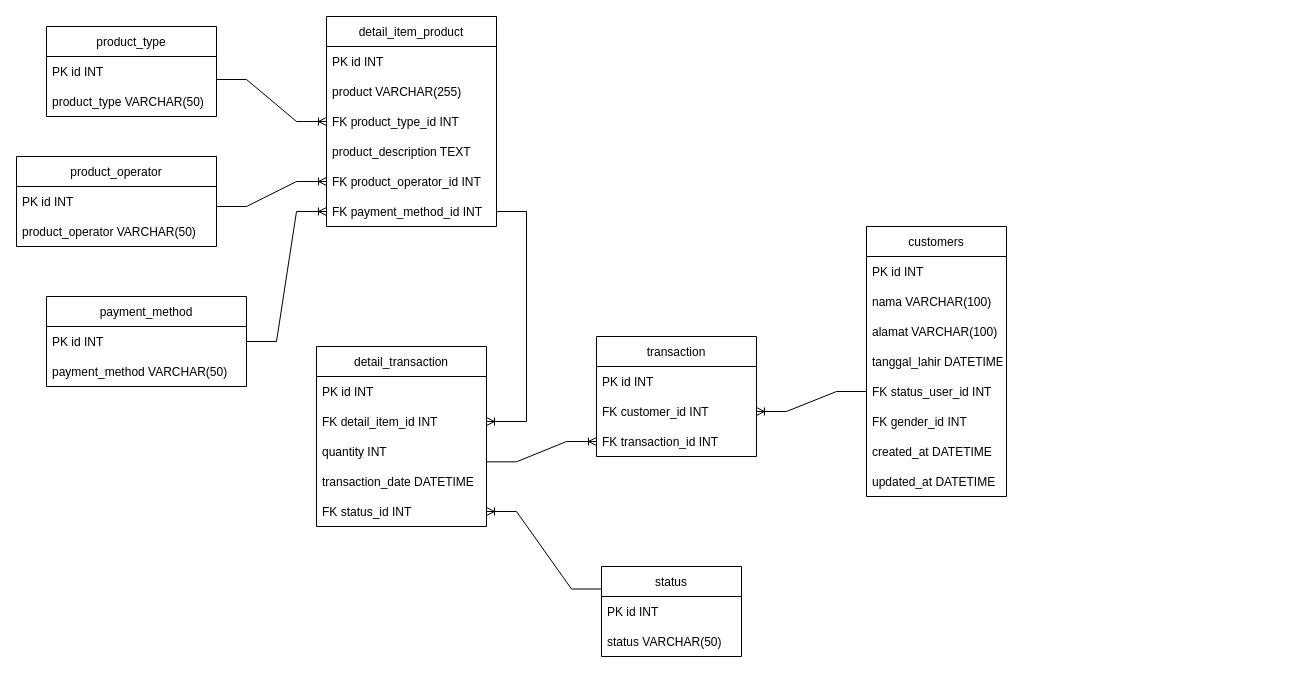
The draw.io diagram problem_1/Untitled Diagram.drawio in Yoga3911/digital_outlet_pulsa, before the edit. Source tidied: cells renumbered, new cells numbered last; positions are measured from the earlier drawing's top-left corner, leaving out a move shared by most shapes. Both pictures are drawn from the tidied source at 100%, with x=0, y=0 at pixel (16, 16).
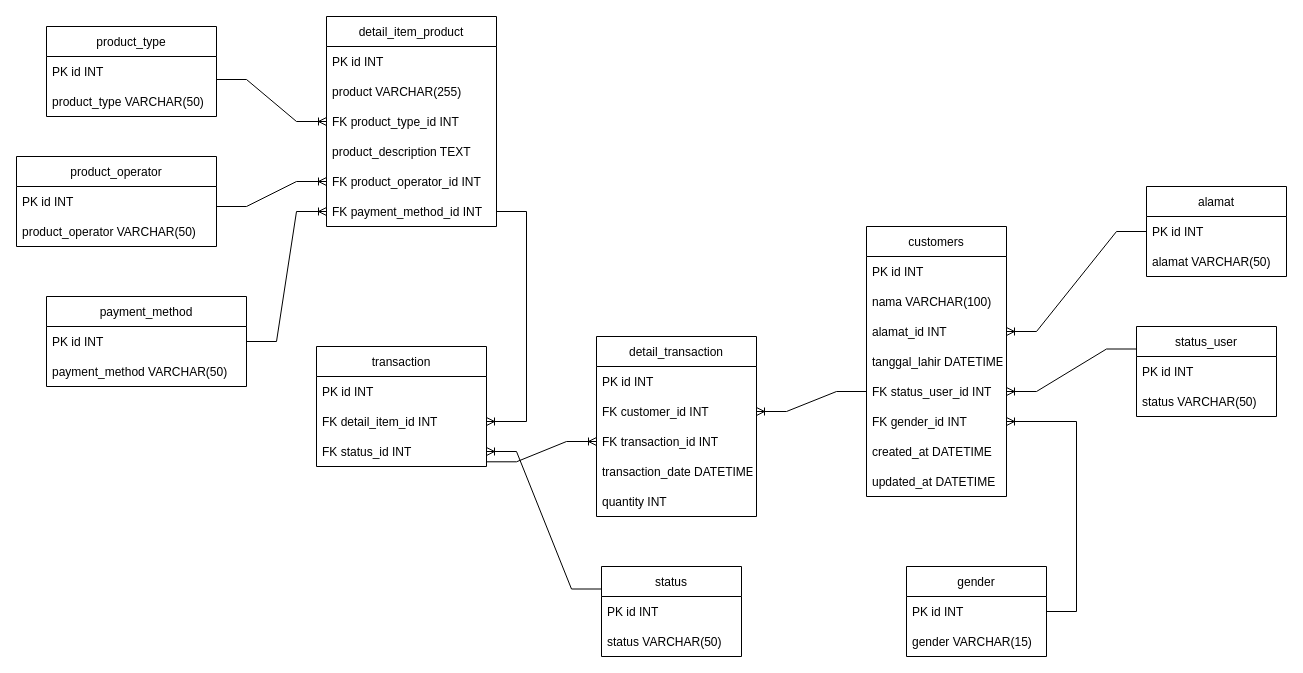
The same page after the edit.

Unchanged cells that the change refers to:
```xml
<mxCell id="9" value="customers" style="swimlane;fontStyle=0;horizontal=1;startSize=30;" parent="1" vertex="1">
  <mxGeometry x="850" y="210" width="140" height="270" as="geometry" />
</mxCell>
<mxCell id="14" value="FK status_user_id INT" style="text;strokeColor=none;fillColor=none;align=left;verticalAlign=middle;spacingLeft=4;spacingRight=4;overflow=hidden;points=[[0,0.5],[1,0.5]];portConstraint=eastwest;" parent="9" vertex="1">
  <mxGeometry y="150" width="140" height="30" as="geometry" />
</mxCell>
<mxCell id="15" value="FK gender_id INT" style="text;strokeColor=none;fillColor=none;align=left;verticalAlign=middle;spacingLeft=4;spacingRight=4;overflow=hidden;points=[[0,0.5],[1,0.5]];portConstraint=eastwest;" parent="9" vertex="1">
  <mxGeometry y="180" width="140" height="30" as="geometry" />
</mxCell>
<mxCell id="27" value="FK transaction_id INT" style="text;strokeColor=none;fillColor=none;align=left;verticalAlign=middle;spacingLeft=4;spacingRight=4;overflow=hidden;points=[[0,0.5],[1,0.5]];portConstraint=eastwest;" parent="24" vertex="1">
  <mxGeometry y="90" width="160" height="30" as="geometry" />
</mxCell>
```

What changed in the source:
```diff
@@
-    <mxCell id="12" value="alamat VARCHAR(100)" style="text;strokeColor=none;fillColor=none;align=left;verticalAlign=middle;spacingLeft=4;spacingRight=4;overflow=hidden;points=[[0,0.5],[1,0.5]];portConstraint=eastwest;" parent="9" vertex="1">
+    <mxCell id="12" value="alamat_id INT" style="text;strokeColor=none;fillColor=none;align=left;verticalAlign=middle;spacingLeft=4;spacingRight=4;overflow=hidden;points=[[0,0.5],[1,0.5]];portConstraint=eastwest;" parent="9" vertex="1">
       <mxGeometry y="90" width="140" height="30" as="geometry" />
     </mxCell>
@@
-    <mxCell id="18" value="detail_transaction" style="swimlane;fontStyle=0;horizontal=1;startSize=30;" parent="1" vertex="1">
-      <mxGeometry x="300" y="330" width="170" height="180" as="geometry" />
+    <mxCell id="18" value="transaction" style="swimlane;fontStyle=0;horizontal=1;startSize=30;" parent="1" vertex="1">
+      <mxGeometry x="300" y="330" width="170" height="120" as="geometry" />
     </mxCell>
@@
-    <mxCell id="21" value="quantity INT" style="text;strokeColor=none;fillColor=none;align=left;verticalAlign=middle;spacingLeft=4;spacingRight=4;overflow=hidden;points=[[0,0.5],[1,0.5]];portConstraint=eastwest;" parent="18" vertex="1">
-      <mxGeometry y="90" width="170" height="30" as="geometry" />
-    </mxCell>
-    <mxCell id="22" value="transaction_date DATETIME" style="text;strokeColor=none;fillColor=none;align=left;verticalAlign=middle;spacingLeft=4;spacingRight=4;overflow=hidden;" parent="18" vertex="1">
-      <mxGeometry y="120" width="170" height="30" as="geometry" />
-    </mxCell>
     <mxCell id="23" value="FK status_id INT" style="text;strokeColor=none;fillColor=none;align=left;verticalAlign=middle;spacingLeft=4;spacingRight=4;overflow=hidden;points=[[0,0.5],[1,0.5]];portConstraint=eastwest;" parent="18" vertex="1">
-      <mxGeometry y="150" width="170" height="30" as="geometry" />
+      <mxGeometry y="90" width="170" height="30" as="geometry" />
     </mxCell>
-    <mxCell id="24" value="transaction" style="swimlane;fontStyle=0;horizontal=1;startSize=30;" parent="1" vertex="1">
-      <mxGeometry x="580" y="320" width="160" height="120" as="geometry" />
+    <mxCell id="24" value="detail_transaction" style="swimlane;fontStyle=0;horizontal=1;startSize=30;" parent="1" vertex="1">
+      <mxGeometry x="580" y="320" width="160" height="180" as="geometry" />
     </mxCell>
@@
+    <mxCell id="22" value="transaction_date DATETIME" style="text;strokeColor=none;fillColor=none;align=left;verticalAlign=middle;spacingLeft=4;spacingRight=4;overflow=hidden;" parent="24" vertex="1">
+      <mxGeometry y="120" width="160" height="30" as="geometry" />
+    </mxCell>
+    <mxCell id="21" value="quantity INT" style="text;strokeColor=none;fillColor=none;align=left;verticalAlign=middle;spacingLeft=4;spacingRight=4;overflow=hidden;points=[[0,0.5],[1,0.5]];portConstraint=eastwest;" parent="24" vertex="1">
+      <mxGeometry y="150" width="160" height="30" as="geometry" />
+    </mxCell>
@@
-    <mxCell id="40" style="edgeStyle=entityRelationEdgeStyle;fontSize=12;html=1;endArrow=ERoneToMany;rounded=0;exitX=1;exitY=0.844;exitDx=0;exitDy=0;exitPerimeter=0;" parent="1" edge="1" source="21" target="27">
-      <mxGeometry relative="1" as="geometry" />
+    <mxCell id="40" style="edgeStyle=entityRelationEdgeStyle;fontSize=12;html=1;endArrow=ERoneToMany;rounded=0;exitX=1;exitY=0.844;exitDx=0;exitDy=0;exitPerimeter=0;" parent="1" edge="1" target="27">
+      <mxGeometry relative="1" as="geometry">
+        <mxPoint x="470" y="445.3" as="sourcePoint" />
+      </mxGeometry>
     </mxCell>
@@
+    <mxCell id="47" value="gender" style="swimlane;fontStyle=0;horizontal=1;startSize=30;" parent="1" vertex="1">
+      <mxGeometry x="890" y="550" width="140" height="90" as="geometry" />
+    </mxCell>
+    <mxCell id="48" value="PK id INT" style="text;strokeColor=none;fillColor=none;align=left;verticalAlign=middle;spacingLeft=4;spacingRight=4;overflow=hidden;" parent="47" vertex="1">
+      <mxGeometry y="30" width="140" height="30" as="geometry" />
+    </mxCell>
+    <mxCell id="49" value="gender VARCHAR(15)" style="text;strokeColor=none;fillColor=none;align=left;verticalAlign=middle;spacingLeft=4;spacingRight=4;overflow=hidden;" parent="47" vertex="1">
+      <mxGeometry y="60" width="140" height="30" as="geometry" />
+    </mxCell>
+    <mxCell id="50" style="edgeStyle=entityRelationEdgeStyle;fontSize=12;html=1;endArrow=ERoneToMany;rounded=0;entryX=1;entryY=0.5;entryDx=0;entryDy=0;" parent="1" edge="1" source="47" target="15">
+      <mxGeometry relative="1" as="geometry" />
+    </mxCell>
+    <mxCell id="51" value="status_user" style="swimlane;fontStyle=0;horizontal=1;startSize=30;" parent="1" vertex="1">
+      <mxGeometry x="1120" y="310" width="140" height="90" as="geometry" />
+    </mxCell>
+    <mxCell id="52" value="PK id INT" style="text;strokeColor=none;fillColor=none;align=left;verticalAlign=middle;spacingLeft=4;spacingRight=4;overflow=hidden;" parent="51" vertex="1">
+      <mxGeometry y="30" width="140" height="30" as="geometry" />
+    </mxCell>
+    <mxCell id="53" value="status VARCHAR(50)" style="text;strokeColor=none;fillColor=none;align=left;verticalAlign=middle;spacingLeft=4;spacingRight=4;overflow=hidden;" parent="51" vertex="1">
+      <mxGeometry y="60" width="140" height="30" as="geometry" />
+    </mxCell>
+    <mxCell id="54" style="edgeStyle=entityRelationEdgeStyle;fontSize=12;html=1;endArrow=ERoneToMany;rounded=0;entryX=1;entryY=0.5;entryDx=0;entryDy=0;exitX=0;exitY=0.25;exitDx=0;exitDy=0;" parent="1" edge="1" source="51" target="14">
+      <mxGeometry relative="1" as="geometry" />
+    </mxCell>
+    <mxCell id="55" value="alamat" style="swimlane;fontStyle=0;horizontal=1;startSize=30;" parent="1" vertex="1">
+      <mxGeometry x="1130" y="170" width="140" height="90" as="geometry" />
+    </mxCell>
+    <mxCell id="56" value="PK id INT" style="text;strokeColor=none;fillColor=none;align=left;verticalAlign=middle;spacingLeft=4;spacingRight=4;overflow=hidden;points=[[0,0.5],[1,0.5]];portConstraint=eastwest;" parent="55" vertex="1">
+      <mxGeometry y="30" width="140" height="30" as="geometry" />
+    </mxCell>
+    <mxCell id="57" value="alamat VARCHAR(50)" style="text;strokeColor=none;fillColor=none;align=left;verticalAlign=middle;spacingLeft=4;spacingRight=4;overflow=hidden;" parent="55" vertex="1">
+      <mxGeometry y="60" width="140" height="30" as="geometry" />
+    </mxCell>
+    <mxCell id="58" style="edgeStyle=entityRelationEdgeStyle;fontSize=12;html=1;endArrow=ERoneToMany;rounded=0;entryX=1;entryY=0.5;entryDx=0;entryDy=0;exitX=0;exitY=0.5;exitDx=0;exitDy=0;" parent="1" edge="1" source="56" target="12">
+      <mxGeometry relative="1" as="geometry" />
+    </mxCell>
```
